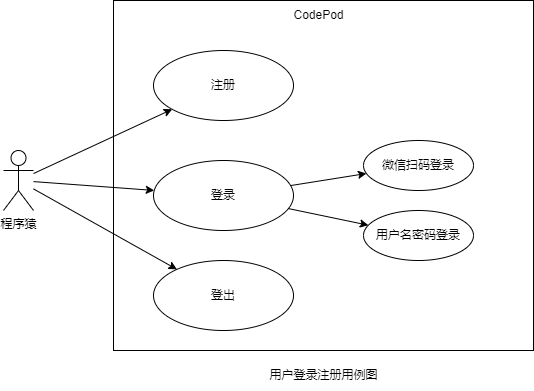
Above: business/_media/use_case/登录注册.png in codepodspace/docs (draw.io), before the change. Source tidied: cells renumbered, new cells last; positions are measured from the earlier drawing's top-left corner, leaving out a move shared by most shapes.
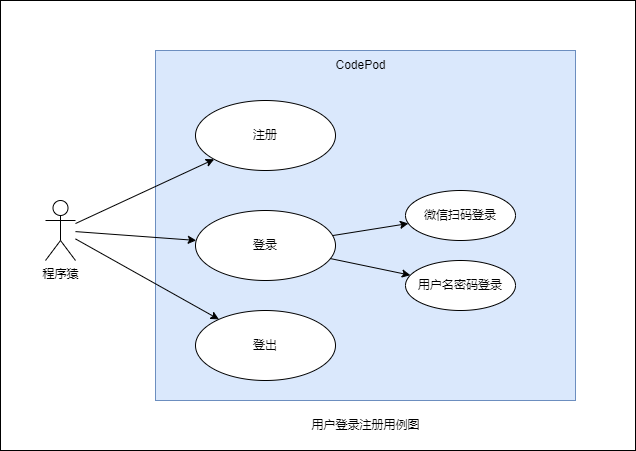
After the change.

What changed in the source:
```diff
@@ -2,7 +2,10 @@
   <root>
     <mxCell id="0" />
     <mxCell id="1" parent="0" />
+    <mxCell id="16" style="rounded=0;whiteSpace=wrap;html=1;" parent="1" vertex="1">
+      <mxGeometry x="-45" y="-50" width="635" height="450" as="geometry" />
+    </mxCell>
-    <mxCell id="2" style="rounded=0;whiteSpace=wrap;html=1;" parent="1" vertex="1">
+    <mxCell id="2" style="rounded=0;whiteSpace=wrap;html=1;fillColor=#dae8fc;strokeColor=#6c8ebf;" parent="1" vertex="1">
       <mxGeometry x="110" width="420" height="350" as="geometry" />
     </mxCell>
     <mxCell id="3" style="edgeStyle=none;html=1;" parent="1" edge="1" source="4" target="13">
```
